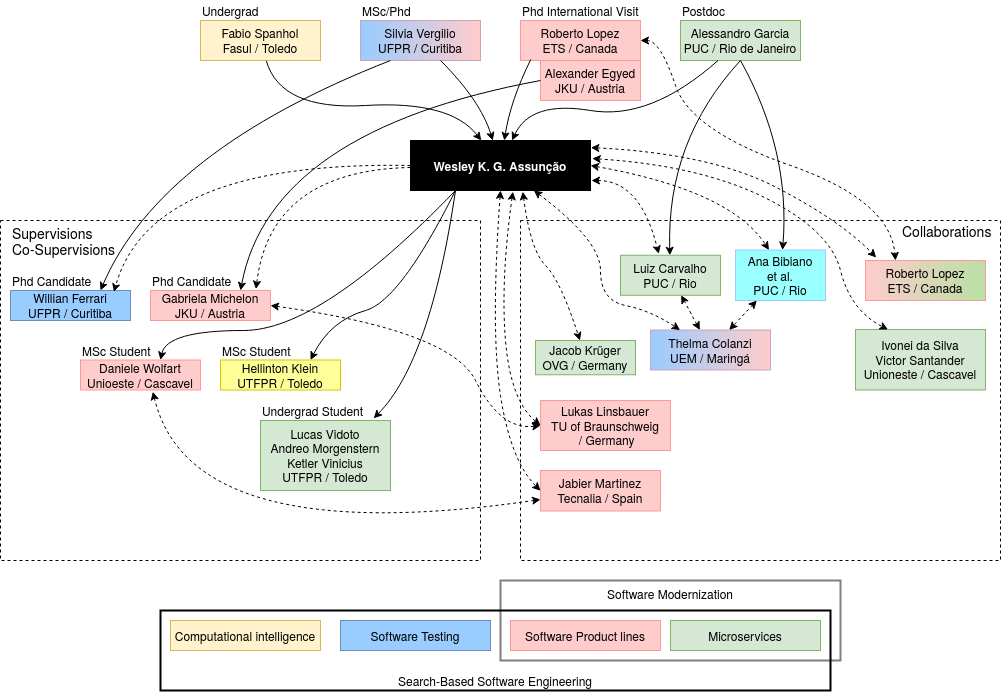
Earlier version of the draw.io export img/supervisions_collaborations.png (wesleyklewerton/wesleyklewerton.github.io). Source tidied: cells renumbered, new cells last; positions are measured from the earlier drawing's top-left corner, leaving out a move shared by most shapes.
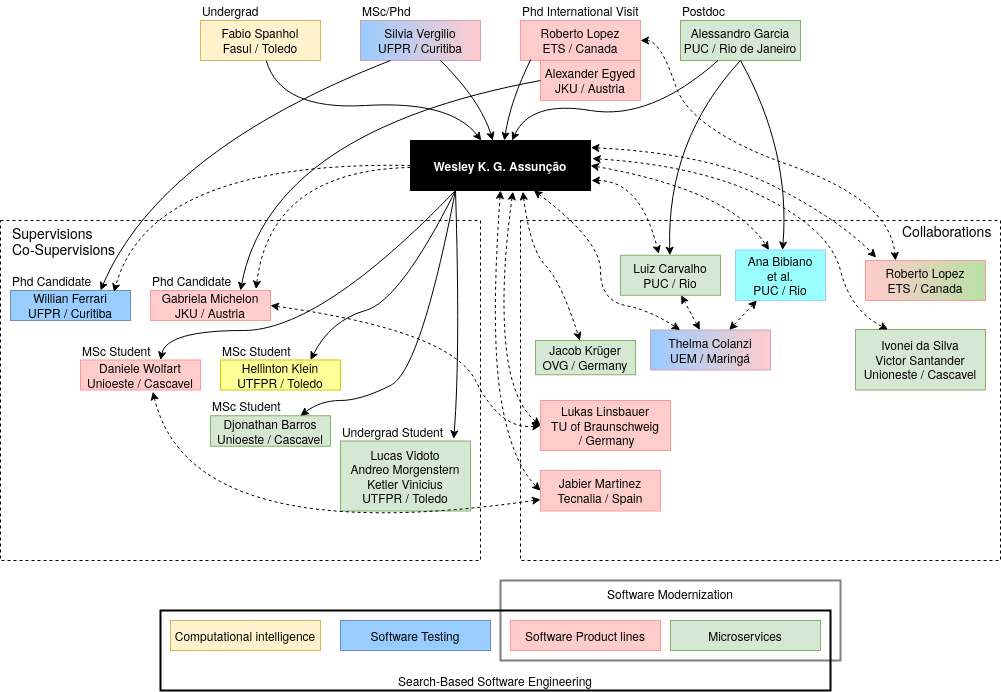
The same diagram one commit later.

Change to the diagram source:
```diff
@@ -174,15 +174,15 @@
       </mxGeometry>
     </mxCell>
     <mxCell id="44" value="&lt;div&gt;Lucas Vidoto&lt;/div&gt;&lt;div&gt;Andreo Morgenstern&lt;/div&gt;&lt;div&gt;Ketler Vinicius&lt;/div&gt;&lt;div&gt;UTFPR / Toledo&lt;br&gt;&lt;/div&gt;" style="rounded=0;whiteSpace=wrap;html=1;fillColor=#d5e8d4;strokeColor=#82B366;" parent="1" vertex="1">
-      <mxGeometry x="260" y="420" width="130" height="70" as="geometry" />
+      <mxGeometry x="340" y="440.5" width="130" height="70" as="geometry" />
     </mxCell>
     <mxCell id="45" value="Undergrad Student" style="text;html=1;align=left;verticalAlign=middle;" parent="1" vertex="1">
-      <mxGeometry x="260" y="400" width="120" height="20" as="geometry" />
+      <mxGeometry x="340" y="420.5" width="120" height="20" as="geometry" />
     </mxCell>
     <mxCell id="46" style="curved=1;endArrow=classic;html=1;fontColor=#FFFFFF;exitX=0.25;exitY=1;exitDx=0;exitDy=0;entryX=0.871;entryY=-0.031;entryDx=0;entryDy=0;entryPerimeter=0;" parent="1" edge="1" source="8" target="44">
       <mxGeometry relative="1" as="geometry">
         <Array as="points">
-          <mxPoint x="430" y="360" />
+          <mxPoint x="460" y="350" />
         </Array>
       </mxGeometry>
     </mxCell>
@@ -320,5 +320,20 @@
         </Array>
       </mxGeometry>
     </mxCell>
+    <mxCell id="70" value="&lt;div&gt;Djonathan Barros&lt;/div&gt;&lt;div&gt;Unioeste / Cascavel&lt;br&gt;&lt;/div&gt;" style="rounded=0;whiteSpace=wrap;html=1;fillColor=#d5e8d4;strokeColor=#82B366;" parent="1" vertex="1">
+      <mxGeometry x="210" y="415.2" width="120" height="30.5" as="geometry" />
+    </mxCell>
+    <mxCell id="71" style="curved=1;endArrow=classic;html=1;fontColor=#FFFFFF;exitX=0.25;exitY=1;exitDx=0;exitDy=0;entryX=0.75;entryY=0;entryDx=0;entryDy=0;" parent="1" edge="1" source="8" target="70">
+      <mxGeometry relative="1" as="geometry">
+        <Array as="points">
+          <mxPoint x="420" y="370" />
+          <mxPoint x="360" y="400" />
+          <mxPoint x="320" y="400" />
+        </Array>
+      </mxGeometry>
+    </mxCell>
+    <mxCell id="72" value="MSc Student" style="text;html=1;align=left;verticalAlign=middle;" parent="1" vertex="1">
+      <mxGeometry x="210" y="395.2" width="80" height="20" as="geometry" />
+    </mxCell>
   </root>
 </mxGraphModel>
```
